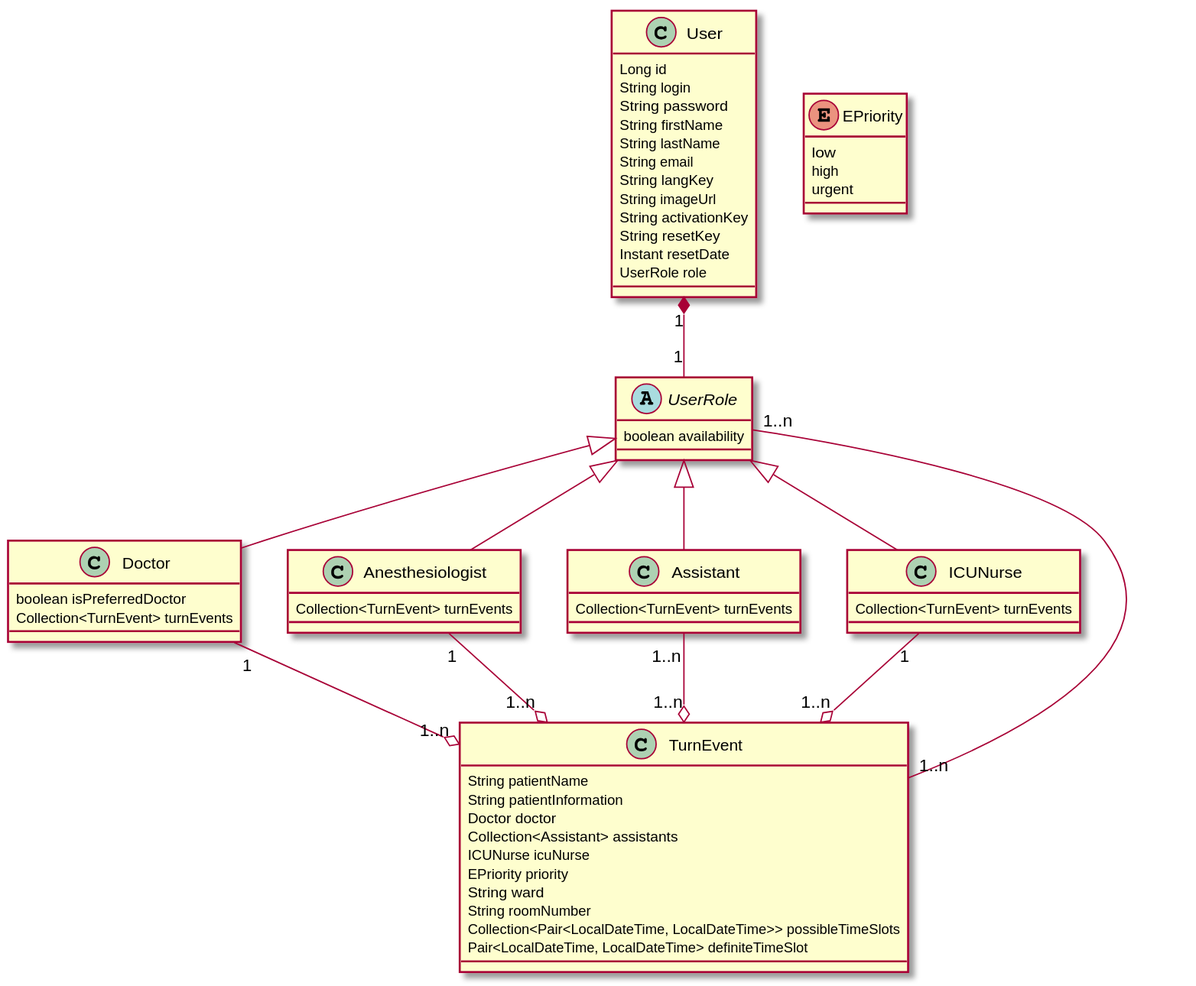
Earlier version of the PlantUML export diagrams/domain.svg (czuidema/instantHelpFinder).
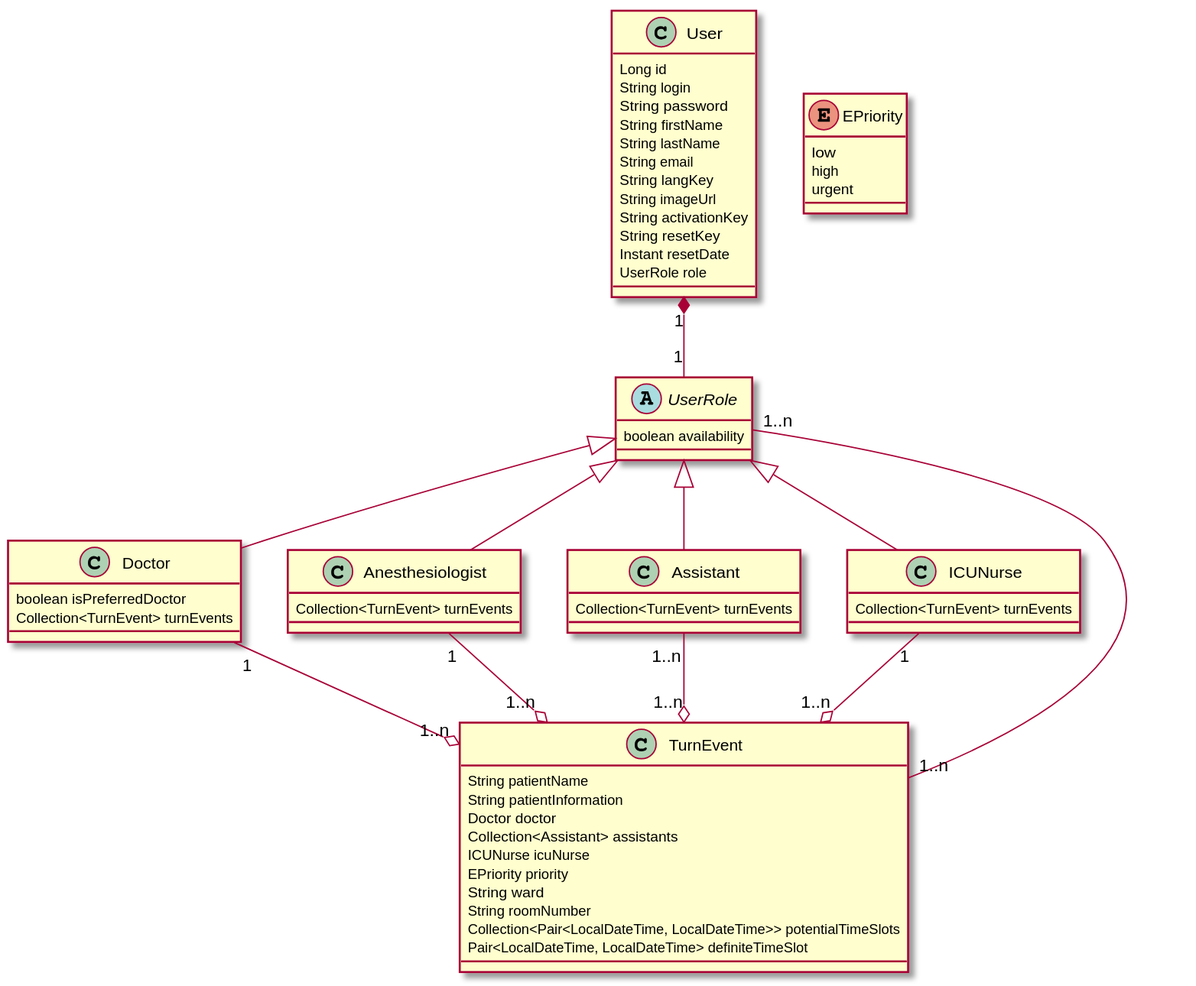
The same diagram one commit later.

Commit message:
adds potentialTimeSlots to turningEvent

Diff of the diagram source:
```diff
@@ -41,7 +41,7 @@
         EPriority priority
         String ward
         String roomNumber
-        Collection<Pair<LocalDateTime, LocalDateTime>> possibleTimeSlots
+        Collection<Pair<LocalDateTime, LocalDateTime>> potentialTimeSlots
         Pair<LocalDateTime, LocalDateTime> definiteTimeSlot
     }
 
```
